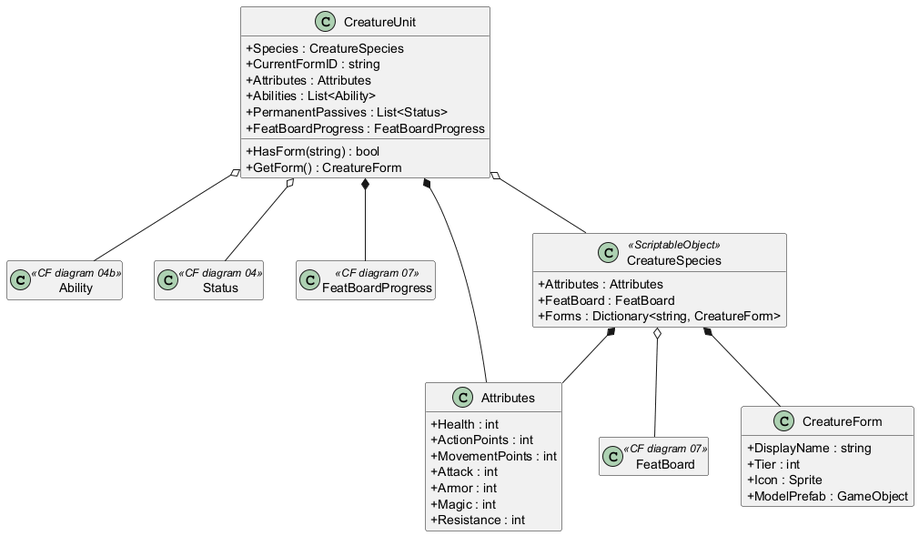
EreliaStudio/Erelia keeps this PlantUML diagram as Architecture/diagrams/Creature System.png. Above is the earlier version.
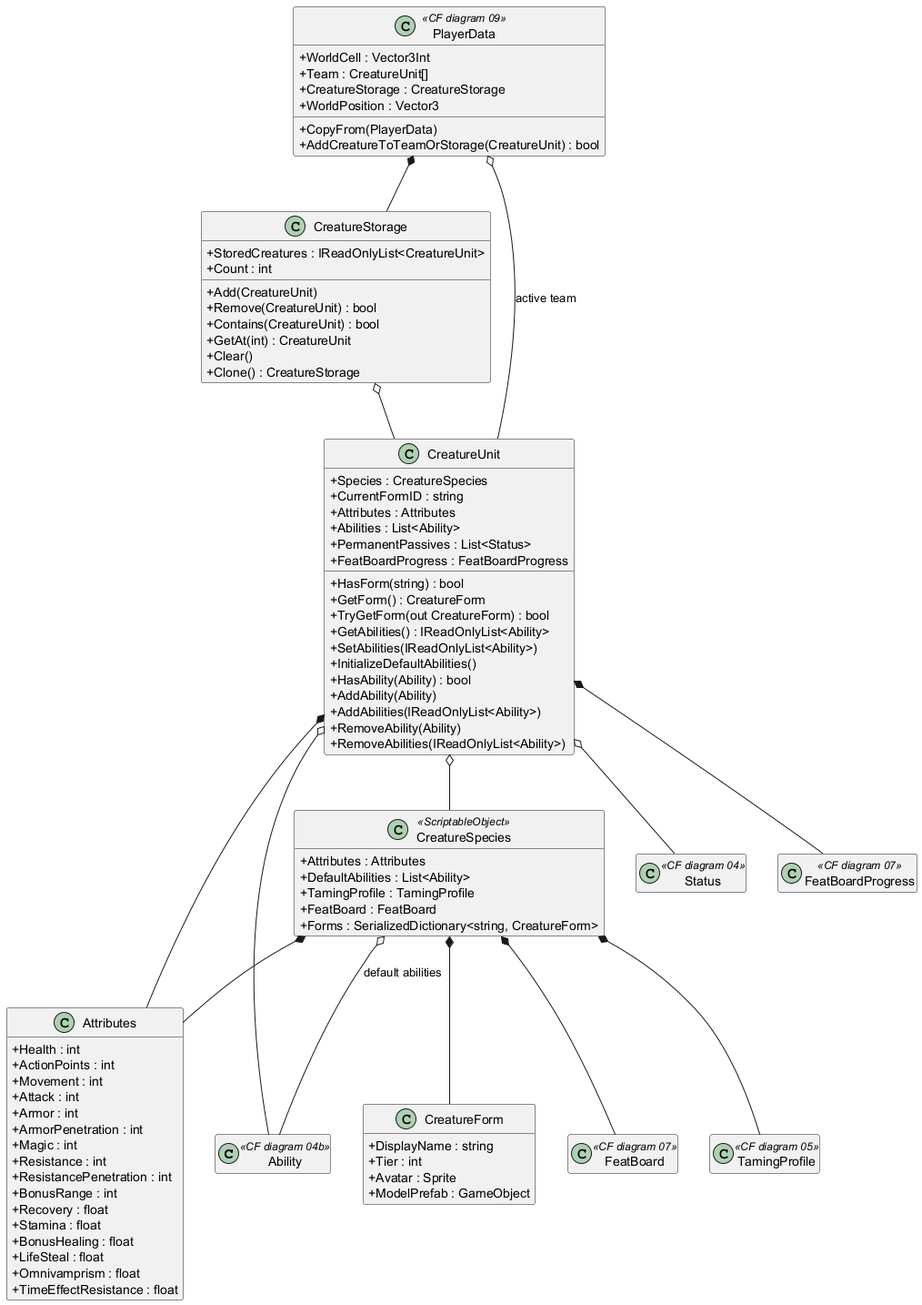
Later version of the same file.

The edit, as a diff of the source:
```diff
@@ -1,34 +1,47 @@
 @startuml Creature System
 
 skinparam classAttributeIconSize 0
+skinparam shadowing false
 hide empty members
 
 class Ability <<CF diagram 04b>> {}
 class Status <<CF diagram 04>> {}
 class FeatBoard <<CF diagram 07>> {}
 class FeatBoardProgress <<CF diagram 07>> {}
+class TamingProfile <<CF diagram 05>> {}
 
 class Attributes {
   +Health : int
   +ActionPoints : int
-  +MovementPoints : int
+  +Movement : int
   +Attack : int
   +Armor : int
+  +ArmorPenetration : int
   +Magic : int
   +Resistance : int
+  +ResistancePenetration : int
+  +BonusRange : int
+  +Recovery : float
+  +Stamina : float
+  +BonusHealing : float
+  +LifeSteal : float
+  +Omnivamprism : float
+  +TimeEffectResistance : float
 }
 
 class CreatureForm {
   +DisplayName : string
   +Tier : int
-  +Icon : Sprite
+  +Avatar : Sprite
   +ModelPrefab : GameObject
 }
 
 class CreatureSpecies <<ScriptableObject>> {
   +Attributes : Attributes
+  +DefaultAbilities : List<Ability>
+  +TamingProfile : TamingProfile
   +FeatBoard : FeatBoard
-  +Forms : Dictionary<string, CreatureForm>
+  +Forms : SerializedDictionary<string, CreatureForm>
 }
 
 class CreatureUnit {
@@ -40,15 +53,49 @@
   +FeatBoardProgress : FeatBoardProgress
   +HasForm(string) : bool
   +GetForm() : CreatureForm
+  +TryGetForm(out CreatureForm) : bool
+  +GetAbilities() : IReadOnlyList<Ability>
+  +SetAbilities(IReadOnlyList<Ability>)
+  +InitializeDefaultAbilities()
+  +HasAbility(Ability) : bool
+  +AddAbility(Ability)
+  +AddAbilities(IReadOnlyList<Ability>)
+  +RemoveAbility(Ability)
+  +RemoveAbilities(IReadOnlyList<Ability>)
+}
+
+class CreatureStorage {
+  +StoredCreatures : IReadOnlyList<CreatureUnit>
+  +Count : int
+  +Add(CreatureUnit)
+  +Remove(CreatureUnit) : bool
+  +Contains(CreatureUnit) : bool
+  +GetAt(int) : CreatureUnit
+  +Clear()
+  +Clone() : CreatureStorage
+}
+
+class PlayerData <<CF diagram 09>> {
+  +WorldCell : Vector3Int
+  +Team : CreatureUnit[]
+  +CreatureStorage : CreatureStorage
+  +WorldPosition : Vector3
+  +CopyFrom(PlayerData)
+  +AddCreatureToTeamOrStorage(CreatureUnit) : bool
 }
 
 CreatureSpecies *-- Attributes
+CreatureSpecies o-- Ability : default abilities
+CreatureSpecies *-- TamingProfile
+CreatureSpecies *-- FeatBoard
 CreatureSpecies *-- CreatureForm
-CreatureSpecies o-- FeatBoard
 CreatureUnit o-- CreatureSpecies
 CreatureUnit *-- Attributes
 CreatureUnit o-- Ability
 CreatureUnit o-- Status
 CreatureUnit *-- FeatBoardProgress
+CreatureStorage o-- CreatureUnit
+PlayerData o-- CreatureUnit : active team
+PlayerData *-- CreatureStorage
 
 @enduml
```
